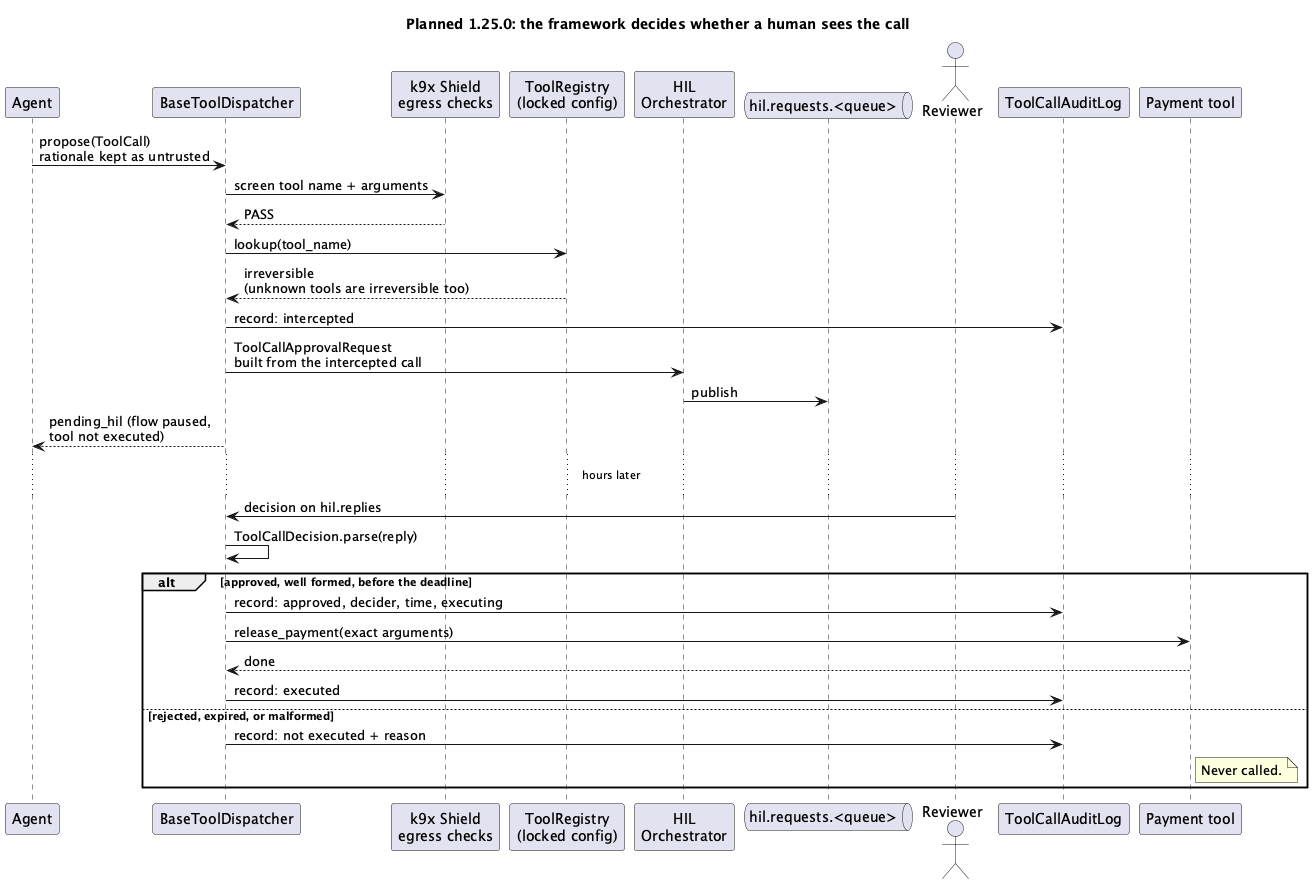
The PlantUML diagram assets/images/blogs/hil-review-planned.png in k9aif/k9-aif-blogs, before a commit.
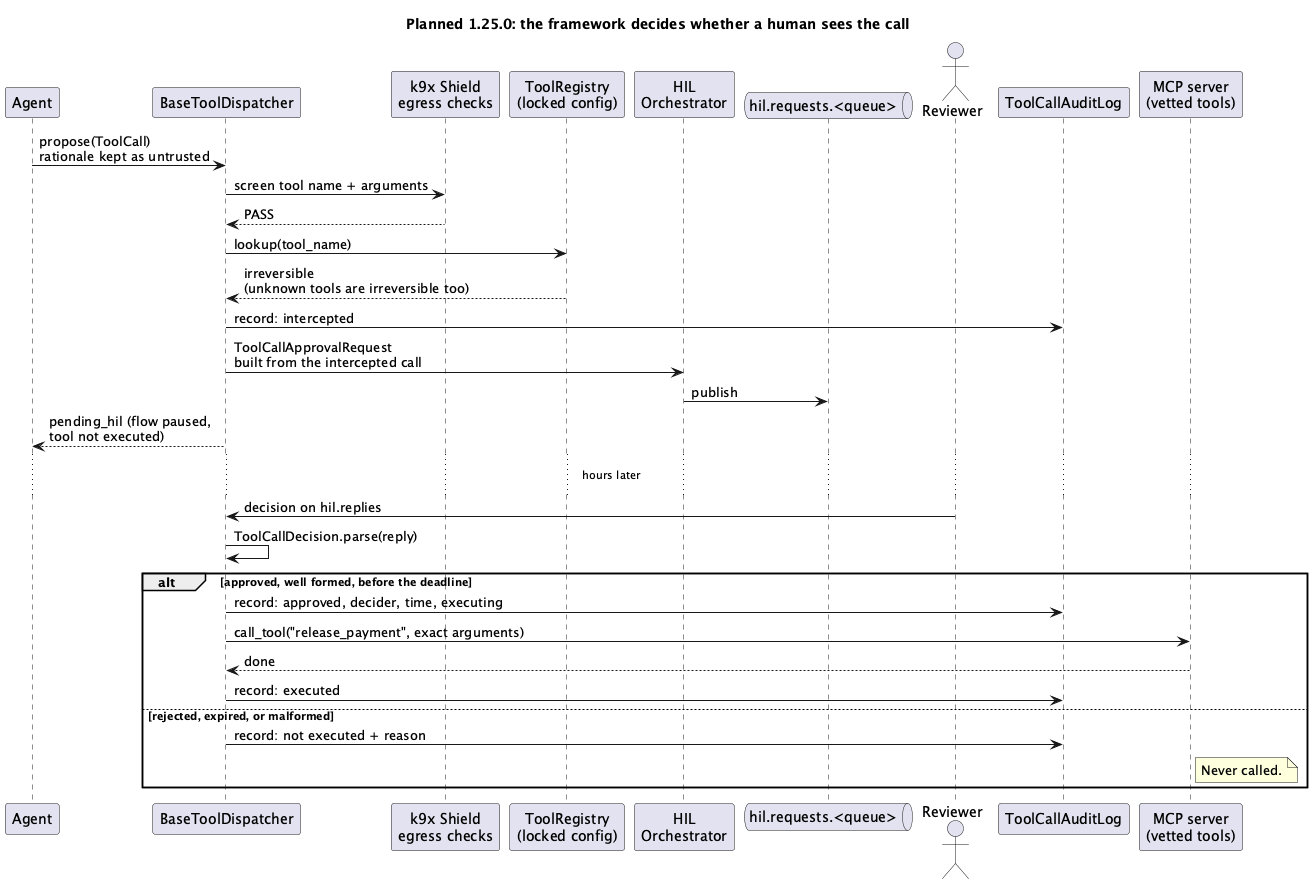
The same diagram one commit later.

Commit message:
Blog draft: model calls go through llm_invoke/K9ModelRouter; tools via vetted MCP server

The edit, as a diff of the source:
```diff
@@ -9,7 +9,7 @@
 queue "hil.requests.<queue>" as Q
 actor "Reviewer" as V
 participant "ToolCallAuditLog" as AU
-participant "Payment tool" as T
+participant "MCP server\n(vetted tools)" as T
 
 A -> D : propose(ToolCall)\nrationale kept as untrusted
 D -> SE : screen tool name + arguments
@@ -28,7 +28,7 @@
 
 alt approved, well formed, before the deadline
   D -> AU : record: approved, decider, time, executing
-  D -> T : release_payment(exact arguments)
+  D -> T : call_tool("release_payment", exact arguments)
   T --> D : done
   D -> AU : record: executed
 else rejected, expired, or malformed
```
